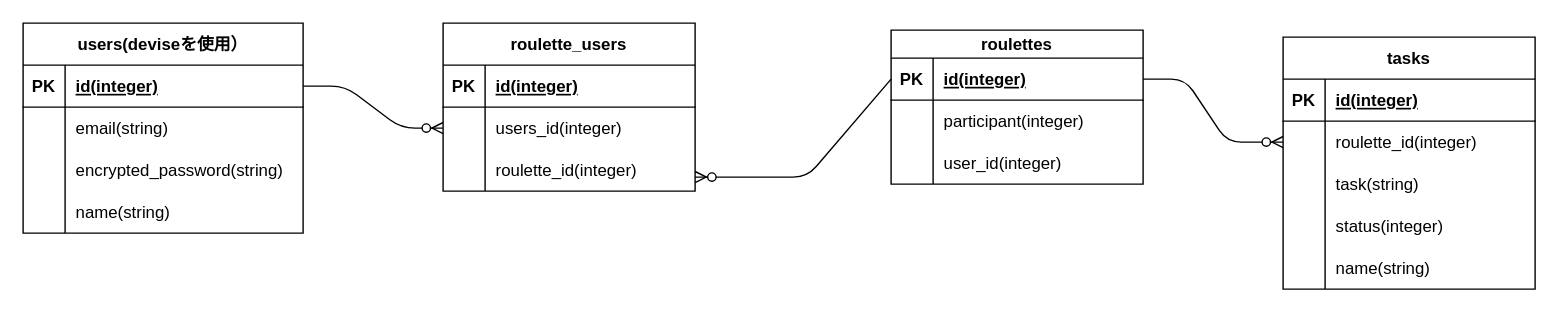
Before: er.dio in MizukiNamai/buntan_roulette, a draw.io diagram. Source tidied: cells renumbered, new cells numbered last; positions are measured from the earlier drawing's top-left corner, leaving out a move shared by most shapes. Both pictures are drawn from the tidied source at 140%, with x=0, y=0 at pixel (22, 22).
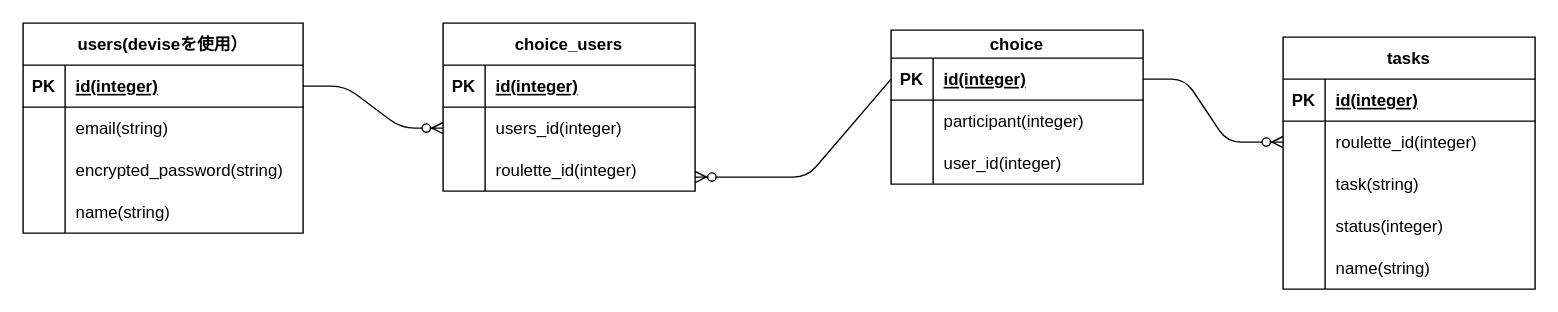
After the change.

The edit, as a diff of the source:
```diff
@@
-    <mxCell id="15" value="roulettes" style="shape=table;startSize=20;childLayout=tableLayout;rowLines=0;fontStyle=1;align=center;" parent="1" vertex="1">
+    <mxCell id="15" value="choice" style="shape=table;startSize=20;childLayout=tableLayout;rowLines=0;fontStyle=1;align=center;" parent="1" vertex="1">
       <mxGeometry x="620" y="5" width="180" height="110" as="geometry" />
     </mxCell>
@@
-    <mxCell id="25" value="roulette_users" style="shape=table;startSize=30;childLayout=tableLayout;rowLines=0;fontStyle=1;align=center;" parent="1" vertex="1">
+    <mxCell id="25" value="choice_users" style="shape=table;startSize=30;childLayout=tableLayout;rowLines=0;fontStyle=1;align=center;" parent="1" vertex="1">
       <mxGeometry x="300" width="180" height="120" as="geometry" />
     </mxCell>
```
